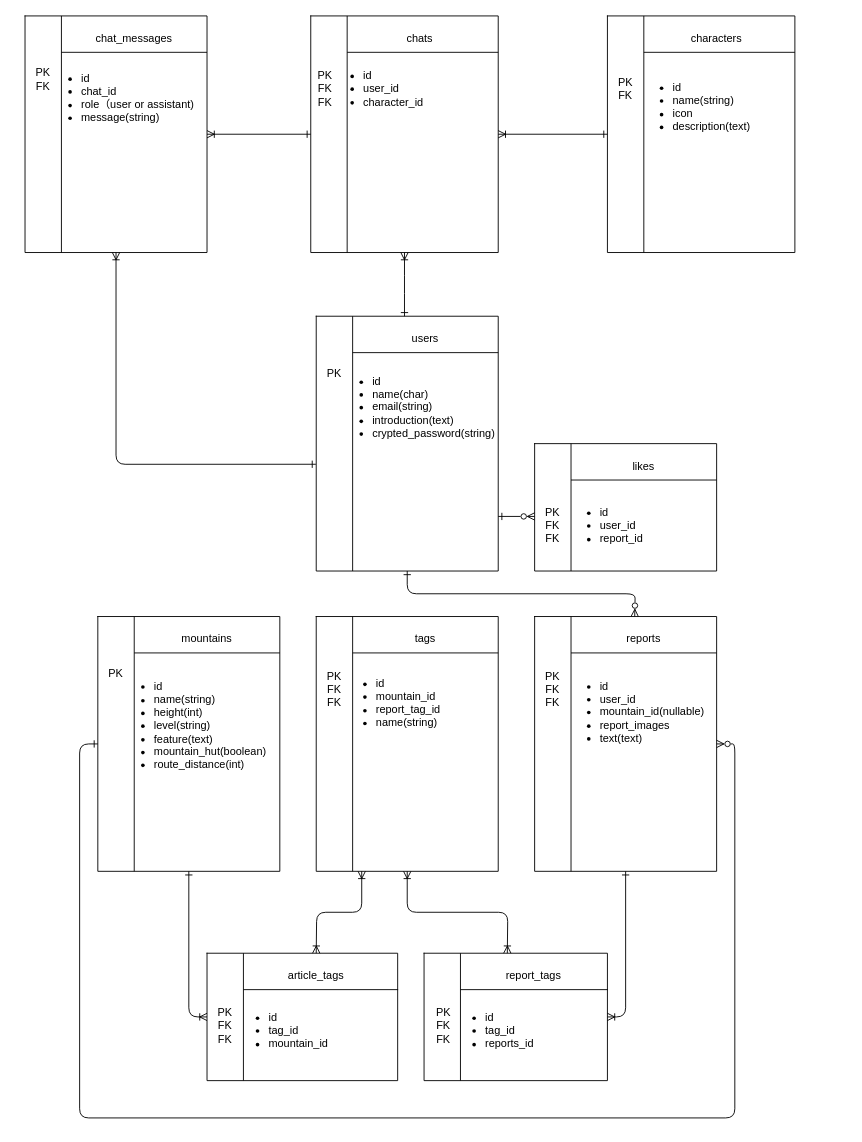
Above: er-diagram.dio in Hiromii88/ALPI (draw.io), before the change. Source tidied: cells renumbered, new cells numbered last; positions are measured from the earlier drawing's top-left corner, leaving out a move shared by most shapes. Both pictures are drawn from the tidied source at 91%, with x=0, y=0 at pixel (15, 15).
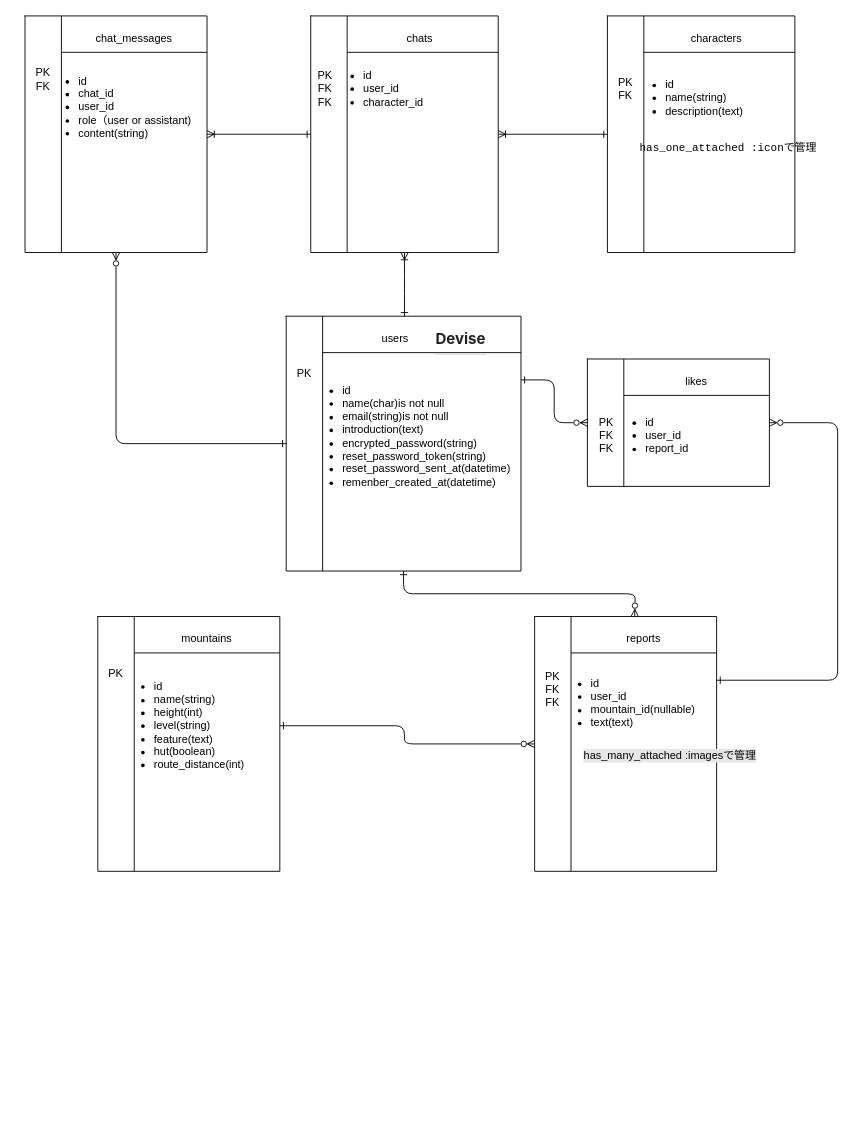
After the change.

Unchanged cells that the change refers to:
```xml
<mxCell id="8" style="shape=table;childLayout=tableLayout;startSize=0;fillColor=none;" parent="1" vertex="1">
  <mxGeometry x="90" y="660" width="200" height="280" as="geometry" />
</mxCell>
<mxCell id="9" style="shape=tableRow;horizontal=0;swimlaneHead=0;swimlaneBody=0;top=0;left=0;strokeColor=inherit;bottom=0;right=0;fontStyle=0;fillColor=none;points=[[0,0.5],[1,0.5]];portConstraint=eastwest;startSize=40;" parent="8" vertex="1">
  <mxGeometry width="200" height="280" as="geometry" />
</mxCell>
<mxCell id="10" style="swimlane;swimlaneHead=0;swimlaneBody=0;fontStyle=0;strokeColor=inherit;fillColor=none;startSize=40;" parent="9" vertex="1">
  <mxGeometry x="40" width="160" height="280" as="geometry" />
</mxCell>
<mxCell id="20" style="shape=tableRow;horizontal=0;swimlaneHead=0;swimlaneBody=0;top=0;left=0;strokeColor=inherit;bottom=0;right=0;fontStyle=0;fillColor=none;points=[[0,0.5],[1,0.5]];portConstraint=eastwest;startSize=40;" parent="19" vertex="1">
  <mxGeometry width="200" height="280" as="geometry" />
</mxCell>
<mxCell id="38" style="shape=table;childLayout=tableLayout;startSize=0;fillColor=none;" parent="1" vertex="1">
  <mxGeometry x="10" width="200" height="260" as="geometry" />
</mxCell>
<mxCell id="40" style="swimlane;swimlaneHead=0;swimlaneBody=0;fontStyle=0;strokeColor=inherit;fillColor=none;startSize=40;" parent="39" vertex="1">
  <mxGeometry x="40" width="160" height="260" as="geometry" />
</mxCell>
<mxCell id="44" style="shape=tableRow;horizontal=0;swimlaneHead=0;swimlaneBody=0;top=0;left=0;strokeColor=inherit;bottom=0;right=0;fontStyle=0;fillColor=none;points=[[0,0.5],[1,0.5]];portConstraint=eastwest;startSize=40;" parent="43" vertex="1">
  <mxGeometry width="200" height="140" as="geometry" />
</mxCell>
<mxCell id="45" style="swimlane;swimlaneHead=0;swimlaneBody=0;fontStyle=0;strokeColor=inherit;fillColor=none;startSize=40;" parent="44" vertex="1">
  <mxGeometry x="40" width="160" height="140" as="geometry" />
</mxCell>
<mxCell id="65" style="swimlane;swimlaneHead=0;swimlaneBody=0;fontStyle=0;strokeColor=inherit;fillColor=none;startSize=40;" parent="64" vertex="1">
  <mxGeometry x="40" width="166" height="260" as="geometry" />
</mxCell>
```

What changed in the source:
```diff
@@
     <mxCell id="2" style="shape=table;childLayout=tableLayout;startSize=0;fillColor=none;" parent="1" vertex="1">
-      <mxGeometry x="330" y="330" width="200" height="280" as="geometry" />
+      <mxGeometry x="297" y="330" width="258" height="280" as="geometry" />
     </mxCell>
     <mxCell id="3" style="shape=tableRow;horizontal=0;swimlaneHead=0;swimlaneBody=0;top=0;left=0;strokeColor=inherit;bottom=0;right=0;fontStyle=0;fillColor=none;points=[[0,0.5],[1,0.5]];portConstraint=eastwest;startSize=40;" parent="2" vertex="1">
-      <mxGeometry width="200" height="280" as="geometry" />
+      <mxGeometry width="258" height="280" as="geometry" />
     </mxCell>
     <mxCell id="4" style="swimlane;swimlaneHead=0;swimlaneBody=0;fontStyle=0;strokeColor=inherit;fillColor=none;startSize=40;" parent="3" vertex="1">
-      <mxGeometry x="40" width="160" height="280" as="geometry" />
+      <mxGeometry x="40" width="218" height="280" as="geometry" />
     </mxCell>
@@
-    <mxCell id="6" value="&lt;ul&gt;&lt;li&gt;id&lt;/li&gt;&lt;li&gt;name(char)&lt;/li&gt;&lt;li&gt;email(string)&lt;/li&gt;&lt;li&gt;introduction(text)&lt;/li&gt;&lt;li&gt;crypted_password(string)&lt;/li&gt;&lt;/ul&gt;" style="text;strokeColor=none;align=left;fillColor=none;html=1;verticalAlign=middle;whiteSpace=wrap;rounded=0;" parent="4" vertex="1">
-      <mxGeometry x="-20" y="30" width="140" height="140" as="geometry" />
+    <mxCell id="6" value="&lt;ul&gt;&lt;li&gt;id&lt;/li&gt;&lt;li&gt;name(char)is not null&lt;/li&gt;&lt;li&gt;email(string)is not null&lt;/li&gt;&lt;li&gt;introduction(text)&lt;/li&gt;&lt;li&gt;encrypted_password(string)&lt;/li&gt;&lt;li&gt;reset_password_token(string)&lt;/li&gt;&lt;li&gt;reset_password_sent_at(datetime)&lt;/li&gt;&lt;li&gt;remenber_created_at(datetime)&lt;/li&gt;&lt;/ul&gt;" style="text;strokeColor=none;align=left;fillColor=none;html=1;verticalAlign=middle;whiteSpace=wrap;rounded=0;" parent="4" vertex="1">
+      <mxGeometry x="-20" y="55" width="213" height="153" as="geometry" />
     </mxCell>
@@
+    <mxCell id="75" value="&lt;h2 style=&quot;padding: 0px 0px 4px; margin: 56px 0px 16px; box-sizing: inherit; font-size: 1.38em; font-feature-settings: &amp;quot;palt&amp;quot;; cursor: pointer; position: relative; border-bottom: 1px solid rgba(0, 0, 0, 0.12); line-height: 1.6; color: rgba(0, 0, 0, 0.87); font-family: YakuHanJPs, -apple-system, &amp;quot;system-ui&amp;quot;, &amp;quot;Segoe UI&amp;quot;, &amp;quot;Hiragino Kaku Gothic ProN&amp;quot;, &amp;quot;Hiragino Sans&amp;quot;, Meiryo, sans-serif; text-align: start;&quot;&gt;Devise&lt;/h2&gt;" style="text;strokeColor=none;align=center;fillColor=none;html=1;verticalAlign=middle;whiteSpace=wrap;rounded=0;" parent="4" vertex="1">
+      <mxGeometry x="122" y="-8" width="60" height="30" as="geometry" />
+    </mxCell>
@@
-    <mxCell id="12" value="&lt;ul&gt;&lt;li&gt;id&lt;/li&gt;&lt;li&gt;name(string)&lt;/li&gt;&lt;li&gt;height(int)&lt;/li&gt;&lt;li&gt;level(string)&lt;/li&gt;&lt;li&gt;feature(text)&lt;/li&gt;&lt;li&gt;mountain_hut(boolean)&lt;/li&gt;&lt;li&gt;route_distance(int)&lt;/li&gt;&lt;/ul&gt;" style="text;strokeColor=none;align=left;fillColor=none;html=1;verticalAlign=middle;whiteSpace=wrap;rounded=0;" parent="10" vertex="1">
+    <mxCell id="12" value="&lt;ul&gt;&lt;li&gt;id&lt;/li&gt;&lt;li&gt;name(string)&lt;/li&gt;&lt;li&gt;height(int)&lt;/li&gt;&lt;li&gt;level(string)&lt;/li&gt;&lt;li&gt;feature(text)&lt;/li&gt;&lt;li&gt;hut(boolean)&lt;/li&gt;&lt;li&gt;route_distance(int)&lt;/li&gt;&lt;/ul&gt;" style="text;strokeColor=none;align=left;fillColor=none;html=1;verticalAlign=middle;whiteSpace=wrap;rounded=0;" parent="10" vertex="1">
       <mxGeometry x="-20" y="30" width="180" height="180" as="geometry" />
     </mxCell>
-    <mxCell id="13" style="shape=table;childLayout=tableLayout;startSize=0;fillColor=none;" parent="1" vertex="1">
-      <mxGeometry x="330" y="660" width="200" height="280" as="geometry" />
-    </mxCell>
-    <mxCell id="14" style="shape=tableRow;horizontal=0;swimlaneHead=0;swimlaneBody=0;top=0;left=0;strokeColor=inherit;bottom=0;right=0;fontStyle=0;fillColor=none;startSize=40;" parent="13" vertex="1">
-      <mxGeometry width="200" height="280" as="geometry" />
-    </mxCell>
-    <mxCell id="15" style="swimlane;swimlaneHead=0;swimlaneBody=0;fontStyle=0;strokeColor=inherit;fillColor=none;startSize=40;" parent="14" vertex="1">
-      <mxGeometry x="40" width="160" height="280" as="geometry" />
-    </mxCell>
-    <mxCell id="16" value="tags" style="text;strokeColor=none;align=center;fillColor=none;html=1;verticalAlign=middle;whiteSpace=wrap;rounded=0;" parent="15" vertex="1">
-      <mxGeometry x="50" y="10" width="60" height="30" as="geometry" />
-    </mxCell>
-    <mxCell id="17" value="&lt;ul&gt;&lt;li&gt;id&lt;/li&gt;&lt;li&gt;mountain_id&lt;/li&gt;&lt;li&gt;report_tag_id&lt;/li&gt;&lt;li&gt;name(string)&lt;/li&gt;&lt;/ul&gt;" style="text;strokeColor=none;align=left;fillColor=none;html=1;verticalAlign=middle;whiteSpace=wrap;rounded=0;" parent="15" vertex="1">
-      <mxGeometry x="-16.5" y="50" width="140" height="90" as="geometry" />
-    </mxCell>
-    <mxCell id="18" value="PK&lt;div&gt;FK&lt;/div&gt;&lt;div&gt;FK&lt;/div&gt;" style="text;strokeColor=none;align=center;fillColor=none;html=1;verticalAlign=middle;whiteSpace=wrap;rounded=0;fontFamily=Helvetica;fontSize=12;fontColor=default;" parent="15" vertex="1">
-      <mxGeometry x="-50" y="30" width="60" height="100" as="geometry" />
-    </mxCell>
-    <mxCell id="19" style="shape=table;childLayout=tableLayout;startSize=0;fillColor=none;" parent="1" vertex="1">
+    <mxCell id="19" style="shape=table;childLayout=tableLayout;startSize=0;fillColor=none;labelBackgroundColor=#E6E6E6;" parent="1" vertex="1">
       <mxGeometry x="570" y="660" width="200" height="280" as="geometry" />
     </mxCell>
@@
-    <mxCell id="21" style="swimlane;swimlaneHead=0;swimlaneBody=0;fontStyle=0;strokeColor=inherit;fillColor=none;startSize=40;" parent="20" vertex="1">
+    <mxCell id="21" style="swimlane;swimlaneHead=0;swimlaneBody=0;fontStyle=0;strokeColor=inherit;fillColor=none;startSize=40;labelBackgroundColor=#E6E6E6;" parent="20" vertex="1">
       <mxGeometry x="40" width="160" height="280" as="geometry" />
     </mxCell>
@@
-    <mxCell id="23" value="&lt;ul&gt;&lt;li&gt;id&lt;/li&gt;&lt;li&gt;user_id&lt;/li&gt;&lt;li&gt;mountain_id(nullable)&lt;/li&gt;&lt;li&gt;report_images&lt;/li&gt;&lt;li&gt;text(text)&lt;/li&gt;&lt;/ul&gt;" style="text;strokeColor=none;align=left;fillColor=none;html=1;verticalAlign=middle;whiteSpace=wrap;rounded=0;" parent="21" vertex="1">
-      <mxGeometry x="-10" y="30" width="160" height="150" as="geometry" />
+    <mxCell id="23" value="&lt;ul&gt;&lt;li&gt;id&lt;/li&gt;&lt;li&gt;user_id&lt;/li&gt;&lt;li&gt;mountain_id(nullable)&lt;/li&gt;&lt;li&gt;text(text)&lt;/li&gt;&lt;/ul&gt;" style="text;strokeColor=none;align=left;fillColor=none;html=1;verticalAlign=middle;whiteSpace=wrap;rounded=0;" parent="21" vertex="1">
+      <mxGeometry x="-20" y="20" width="160" height="150" as="geometry" />
     </mxCell>
@@
+    <mxCell id="76" value="&lt;span style=&quot;color: rgb(0, 0, 0);&quot;&gt;has_many_attached :imagesで管理&lt;/span&gt;" style="text;strokeColor=none;align=center;fillColor=none;html=1;verticalAlign=middle;whiteSpace=wrap;rounded=0;labelBackgroundColor=light-dark(#E6E6E6,#EDEDED);" parent="21" vertex="1">
+      <mxGeometry y="113" width="218" height="80" as="geometry" />
+    </mxCell>
@@
-    <mxCell id="31" style="shape=table;childLayout=tableLayout;startSize=0;fillColor=none;" parent="1" vertex="1">
-      <mxGeometry x="448.5" y="1030" width="201.5" height="140" as="geometry" />
-    </mxCell>
-    <mxCell id="32" style="shape=tableRow;horizontal=0;swimlaneHead=0;swimlaneBody=0;top=0;left=0;strokeColor=inherit;bottom=0;right=0;fontStyle=0;fillColor=none;startSize=40;" parent="31" vertex="1">
-      <mxGeometry width="201.5" height="140" as="geometry" />
-    </mxCell>
-    <mxCell id="33" style="swimlane;swimlaneHead=0;swimlaneBody=0;fontStyle=0;strokeColor=inherit;fillColor=none;startSize=40;" parent="32" vertex="1">
-      <mxGeometry x="40" width="162" height="140" as="geometry" />
-    </mxCell>
-    <mxCell id="34" style="edgeStyle=none;html=1;" parent="33" edge="1" source="35" target="36">
-      <mxGeometry relative="1" as="geometry" />
-    </mxCell>
-    <mxCell id="35" value="report_tags" style="text;strokeColor=none;align=center;fillColor=none;html=1;verticalAlign=middle;whiteSpace=wrap;rounded=0;" parent="33" vertex="1">
-      <mxGeometry x="50" y="10" width="60" height="30" as="geometry" />
-    </mxCell>
-    <mxCell id="36" value="&lt;ul&gt;&lt;li&gt;id&lt;/li&gt;&lt;li&gt;tag_id&lt;/li&gt;&lt;li&gt;reports_id&lt;/li&gt;&lt;/ul&gt;" style="text;strokeColor=none;align=left;fillColor=none;html=1;verticalAlign=middle;whiteSpace=wrap;rounded=0;" parent="33" vertex="1">
-      <mxGeometry x="-14.5" y="40" width="140" height="90" as="geometry" />
-    </mxCell>
-    <mxCell id="37" value="PK&lt;div&gt;FK&lt;/div&gt;&lt;div&gt;FK&lt;/div&gt;" style="text;strokeColor=none;align=center;fillColor=none;html=1;verticalAlign=middle;whiteSpace=wrap;rounded=0;fontFamily=Helvetica;fontSize=12;fontColor=default;" parent="33" vertex="1">
-      <mxGeometry x="-48.5" y="30" width="60" height="100" as="geometry" />
-    </mxCell>
@@
-    <mxCell id="42" value="&lt;ul&gt;&lt;li&gt;id&lt;/li&gt;&lt;li&gt;chat_id&amp;nbsp; &amp;nbsp;&amp;nbsp;&lt;/li&gt;&lt;li&gt;role（user or assistant)&lt;/li&gt;&lt;li&gt;message(string)&lt;/li&gt;&lt;/ul&gt;" style="text;strokeColor=none;align=left;fillColor=none;html=1;verticalAlign=middle;whiteSpace=wrap;rounded=0;" parent="40" vertex="1">
-      <mxGeometry x="-20" y="30" width="180" height="120" as="geometry" />
+    <mxCell id="42" value="&lt;ul&gt;&lt;li&gt;id&lt;/li&gt;&lt;li&gt;chat_id&amp;nbsp;&amp;nbsp;&lt;/li&gt;&lt;li&gt;user_id&amp;nbsp;&amp;nbsp;&lt;/li&gt;&lt;li&gt;role（user or assistant)&lt;/li&gt;&lt;li&gt;content(string)&lt;/li&gt;&lt;/ul&gt;" style="text;strokeColor=none;align=left;fillColor=none;html=1;verticalAlign=middle;whiteSpace=wrap;rounded=0;" parent="40" vertex="1">
+      <mxGeometry x="-23" y="40" width="180" height="120" as="geometry" />
     </mxCell>
     <mxCell id="43" style="shape=table;childLayout=tableLayout;startSize=0;fillColor=none;" parent="1" vertex="1">
-      <mxGeometry x="570" y="470" width="200" height="140" as="geometry" />
+      <mxGeometry x="628" y="377" width="200" height="140" as="geometry" />
     </mxCell>
@@
     <mxCell id="47" value="&lt;ul&gt;&lt;li&gt;id&lt;/li&gt;&lt;li&gt;user_id&lt;/li&gt;&lt;li&gt;report_id&lt;/li&gt;&lt;/ul&gt;" style="text;strokeColor=none;align=left;fillColor=none;html=1;verticalAlign=middle;whiteSpace=wrap;rounded=0;" parent="45" vertex="1">
-      <mxGeometry x="-10" y="50" width="140" height="80" as="geometry" />
+      <mxGeometry x="-18" y="44" width="140" height="80" as="geometry" />
     </mxCell>
-    <mxCell id="48" style="edgeStyle=orthogonalEdgeStyle;jettySize=auto;html=1;exitX=0.5;exitY=1;exitDx=0;exitDy=0;entryX=-0.002;entryY=0.581;entryDx=0;entryDy=0;entryPerimeter=0;startArrow=ERoneToMany;startFill=0;endArrow=ERone;endFill=0;" parent="1" edge="1" source="38" target="3">
-      <mxGeometry relative="1" as="geometry" />
-    </mxCell>
+    <mxCell id="72" value="PK&lt;div&gt;FK&lt;/div&gt;&lt;div&gt;FK&lt;/div&gt;" style="text;strokeColor=none;align=center;fillColor=none;html=1;verticalAlign=middle;whiteSpace=wrap;rounded=0;fontFamily=Helvetica;fontSize=12;fontColor=default;" parent="45" vertex="1">
+      <mxGeometry x="-49" y="54" width="60" height="60" as="geometry" />
+    </mxCell>
-    <mxCell id="49" style="edgeStyle=none;orthogonalLoop=1;jettySize=auto;html=1;endArrow=ERzeroToMany;endFill=0;startArrow=ERone;startFill=0;" parent="1" edge="1">
-      <mxGeometry relative="1" as="geometry">
-        <mxPoint x="530" y="550" as="sourcePoint" />
-        <mxPoint x="570" y="550" as="targetPoint" />
-      </mxGeometry>
+    <mxCell id="49" style="edgeStyle=orthogonalEdgeStyle;jettySize=auto;html=1;endArrow=ERzeroToMany;endFill=0;startArrow=ERone;startFill=0;entryX=0;entryY=0.5;entryDx=0;entryDy=0;exitX=1;exitY=0.25;exitDx=0;exitDy=0;" parent="1" edge="1" source="2" target="44">
+      <mxGeometry relative="1" as="geometry" />
     </mxCell>
@@
-    <mxCell id="51" style="edgeStyle=orthogonalEdgeStyle;jettySize=auto;html=1;exitX=0.5;exitY=1;exitDx=0;exitDy=0;startArrow=ERone;startFill=0;endArrow=ERoneToMany;endFill=0;entryX=1;entryY=0.5;entryDx=0;entryDy=0;" parent="1" edge="1" source="19" target="31">
-      <mxGeometry relative="1" as="geometry" />
-    </mxCell>
-    <mxCell id="52" style="edgeStyle=orthogonalEdgeStyle;jettySize=auto;html=1;exitX=0.5;exitY=1;exitDx=0;exitDy=0;endArrow=ERoneToMany;endFill=0;startArrow=ERoneToMany;startFill=0;" parent="1" edge="1" source="13">
-      <mxGeometry relative="1" as="geometry">
-        <mxPoint x="540" y="1030" as="targetPoint" />
-      </mxGeometry>
-    </mxCell>
@@
-    <mxCell id="54" style="shape=table;childLayout=tableLayout;startSize=0;fillColor=none;" parent="1" vertex="1">
-      <mxGeometry x="210" y="1030" width="209.5" height="140" as="geometry" />
-    </mxCell>
-    <mxCell id="55" style="shape=tableRow;horizontal=0;swimlaneHead=0;swimlaneBody=0;top=0;left=0;strokeColor=inherit;bottom=0;right=0;fontStyle=0;fillColor=none;points=[[0,0.5],[1,0.5]];portConstraint=eastwest;startSize=40;" parent="54" vertex="1">
-      <mxGeometry width="209.5" height="140" as="geometry" />
-    </mxCell>
-    <mxCell id="56" style="swimlane;swimlaneHead=0;swimlaneBody=0;fontStyle=0;strokeColor=inherit;fillColor=none;startSize=40;" parent="55" vertex="1">
-      <mxGeometry x="40" width="170" height="140" as="geometry" />
-    </mxCell>
-    <mxCell id="57" style="edgeStyle=none;html=1;" parent="56" edge="1" source="58" target="59">
-      <mxGeometry relative="1" as="geometry" />
-    </mxCell>
-    <mxCell id="58" value="article_tags" style="text;strokeColor=none;align=center;fillColor=none;html=1;verticalAlign=middle;whiteSpace=wrap;rounded=0;" parent="56" vertex="1">
-      <mxGeometry x="50" y="10" width="60" height="30" as="geometry" />
-    </mxCell>
-    <mxCell id="59" value="&lt;ul&gt;&lt;li&gt;id&lt;/li&gt;&lt;li&gt;tag_id&lt;/li&gt;&lt;li&gt;mountain_id&lt;/li&gt;&lt;/ul&gt;" style="text;strokeColor=none;align=left;fillColor=none;html=1;verticalAlign=middle;whiteSpace=wrap;rounded=0;" parent="56" vertex="1">
-      <mxGeometry x="-14.5" y="40" width="140" height="90" as="geometry" />
-    </mxCell>
-    <mxCell id="60" value="PK&lt;div&gt;FK&lt;/div&gt;&lt;div&gt;FK&lt;/div&gt;" style="text;strokeColor=none;align=center;fillColor=none;html=1;verticalAlign=middle;whiteSpace=wrap;rounded=0;fontFamily=Helvetica;fontSize=12;fontColor=default;" parent="56" vertex="1">
-      <mxGeometry x="-50" y="30" width="60" height="100" as="geometry" />
-    </mxCell>
-    <mxCell id="61" style="edgeStyle=orthogonalEdgeStyle;jettySize=auto;html=1;exitX=0.5;exitY=1;exitDx=0;exitDy=0;startArrow=ERone;startFill=0;endArrow=ERoneToMany;endFill=0;entryX=0;entryY=0.5;entryDx=0;entryDy=0;" parent="1" edge="1" source="8" target="55">
-      <mxGeometry relative="1" as="geometry" />
-    </mxCell>
-    <mxCell id="62" style="edgeStyle=orthogonalEdgeStyle;jettySize=auto;html=1;exitX=0.25;exitY=1;exitDx=0;exitDy=0;endArrow=ERoneToMany;endFill=0;startArrow=ERoneToMany;startFill=0;" parent="1" edge="1" source="13">
-      <mxGeometry relative="1" as="geometry">
-        <mxPoint x="330" y="1030" as="targetPoint" />
-      </mxGeometry>
-    </mxCell>
@@
-    <mxCell id="67" value="&lt;ul&gt;&lt;li&gt;id&lt;/li&gt;&lt;li&gt;name(string)&lt;/li&gt;&lt;li&gt;icon&lt;/li&gt;&lt;li&gt;description(text)&lt;/li&gt;&lt;/ul&gt;" style="text;strokeColor=none;align=left;fillColor=none;html=1;verticalAlign=middle;whiteSpace=wrap;rounded=0;" parent="65" vertex="1">
-      <mxGeometry x="-10" y="50" width="140" height="100" as="geometry" />
+    <mxCell id="67" value="&lt;ul&gt;&lt;li&gt;id&lt;/li&gt;&lt;li&gt;name(string)&lt;/li&gt;&lt;li&gt;description(text)&lt;/li&gt;&lt;/ul&gt;" style="text;strokeColor=none;align=left;fillColor=none;html=1;verticalAlign=middle;whiteSpace=wrap;rounded=0;" parent="65" vertex="1">
+      <mxGeometry x="-18" y="40" width="140" height="100" as="geometry" />
     </mxCell>
+    <mxCell id="77" value="&lt;code&gt;has_one_attached :iconで管理&lt;/code&gt;" style="text;strokeColor=none;align=center;fillColor=none;html=1;verticalAlign=middle;whiteSpace=wrap;rounded=0;" parent="65" vertex="1">
+      <mxGeometry x="-16" y="105" width="218" height="80" as="geometry" />
+    </mxCell>
@@
-    <mxCell id="72" value="PK&lt;div&gt;FK&lt;/div&gt;&lt;div&gt;FK&lt;/div&gt;" style="text;strokeColor=none;align=center;fillColor=none;html=1;verticalAlign=middle;whiteSpace=wrap;rounded=0;fontFamily=Helvetica;fontSize=12;fontColor=default;" parent="1" vertex="1">
-      <mxGeometry x="560" y="530" width="60" height="60" as="geometry" />
-    </mxCell>
@@
-    <mxCell id="74" style="edgeStyle=orthogonalEdgeStyle;jettySize=auto;html=1;entryX=1;entryY=0.5;entryDx=0;entryDy=0;exitX=0;exitY=0.5;exitDx=0;exitDy=0;startArrow=ERone;startFill=0;endArrow=ERzeroToMany;endFill=0;" parent="1" edge="1" source="9" target="19">
+    <mxCell id="74" style="edgeStyle=orthogonalEdgeStyle;jettySize=auto;html=1;entryX=0;entryY=0.5;entryDx=0;entryDy=0;exitX=1;exitY=0.5;exitDx=0;exitDy=0;startArrow=ERone;startFill=0;endArrow=ERzeroToMany;endFill=0;" parent="1" edge="1" source="12" target="20">
       <mxGeometry relative="1" as="geometry">
         <Array as="points">
-          <mxPoint x="70" y="800" />
-          <mxPoint x="70" y="1211" />
-          <mxPoint x="790" y="1211" />
-          <mxPoint x="790" y="800" />
+          <mxPoint x="427" y="780" />
+          <mxPoint x="427" y="800" />
         </Array>
       </mxGeometry>
     </mxCell>
+    <mxCell id="78" style="edgeStyle=orthogonalEdgeStyle;jettySize=auto;html=1;exitX=1;exitY=0.5;exitDx=0;exitDy=0;entryX=1;entryY=0.25;entryDx=0;entryDy=0;endArrow=ERone;endFill=0;startArrow=ERzeroToMany;startFill=0;" parent="1" edge="1" source="43" target="19">
+      <mxGeometry relative="1" as="geometry">
+        <Array as="points">
+          <mxPoint x="903" y="447" />
+          <mxPoint x="903" y="730" />
+        </Array>
+      </mxGeometry>
+    </mxCell>
+    <mxCell id="79" style="edgeStyle=orthogonalEdgeStyle;jettySize=auto;html=1;exitX=0;exitY=0.5;exitDx=0;exitDy=0;startArrow=ERone;startFill=0;endArrow=ERzeroToMany;endFill=0;entryX=0.5;entryY=1;entryDx=0;entryDy=0;" parent="1" edge="1" source="3" target="38">
+      <mxGeometry relative="1" as="geometry">
+        <Array as="points">
+          <mxPoint x="110" y="470" />
+        </Array>
+      </mxGeometry>
+    </mxCell>
```
